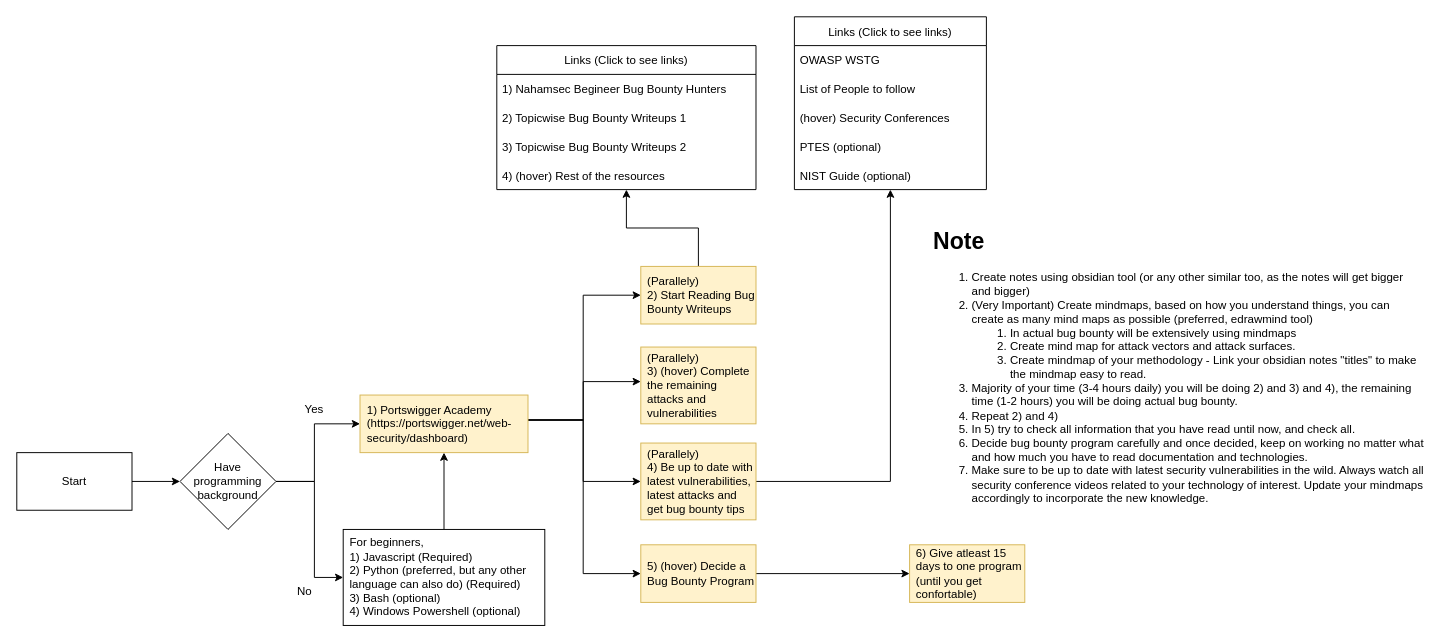
Above: how-to-start-bug-bounty.drawio in Le4kno3/Beginner-Bug-Bounty-Guide (draw.io), before the change. Source tidied: cells renumbered, new cells numbered last; positions are measured from the earlier drawing's top-left corner, leaving out a move shared by most shapes. Both pictures are drawn from the tidied source at 96%, with x=0, y=0 at pixel (16, 16).
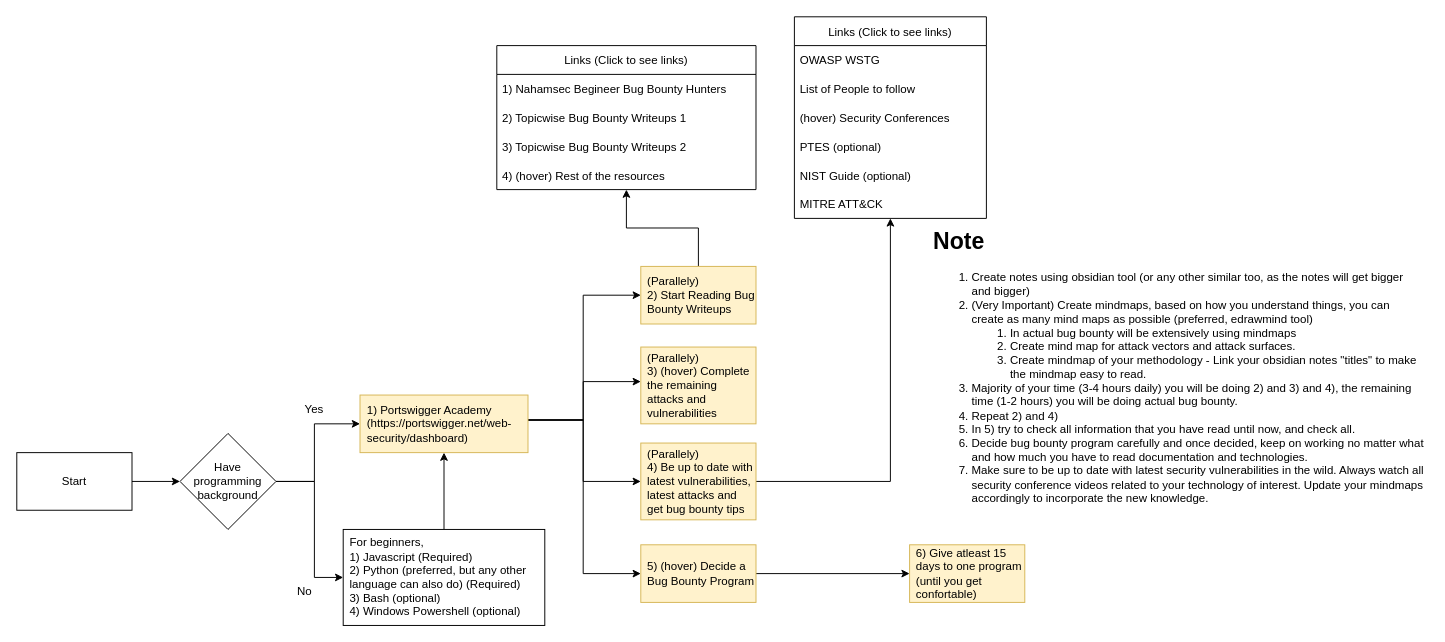
The same diagram, later.

Change to the diagram source:
```diff
@@
     <mxCell id="25" value="Links (Click to see links)" style="swimlane;fontStyle=0;horizontal=1;startSize=30;" parent="1" vertex="1">
-      <mxGeometry x="810" width="200" height="180" as="geometry" />
+      <mxGeometry x="810" width="200" height="210" as="geometry" />
     </mxCell>
@@
+    <mxCell id="36" value="MITRE ATT&amp;CK" style="text;strokeColor=none;fillColor=none;align=left;verticalAlign=middle;spacingLeft=4;spacingRight=4;overflow=hidden;" parent="25" vertex="1">
+      <mxGeometry y="180" width="200" height="30" as="geometry" />
+    </mxCell>
```
